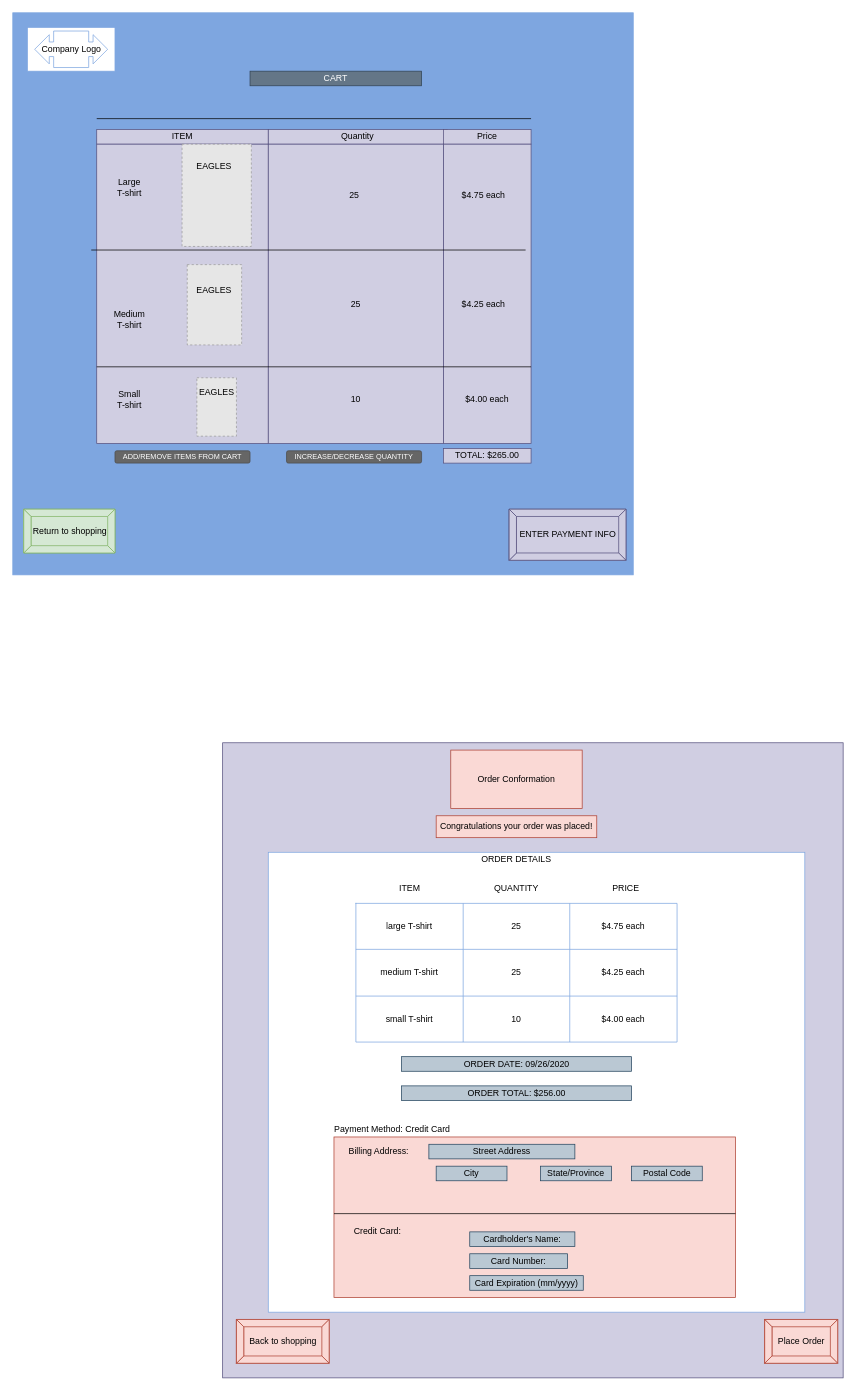
Above: Untitled Diagram.drawio in sstrawmatt2/CS200 (draw.io), before the change. Source tidied: cells renumbered, new cells numbered last; positions are measured from the earlier drawing's top-left corner, leaving out a move shared by most shapes. Both pictures are drawn from the tidied source at 73%, with x=0, y=0 at pixel (12, 12). Pictures stored in the file or linked from it are replaced by grey dashed boxes.
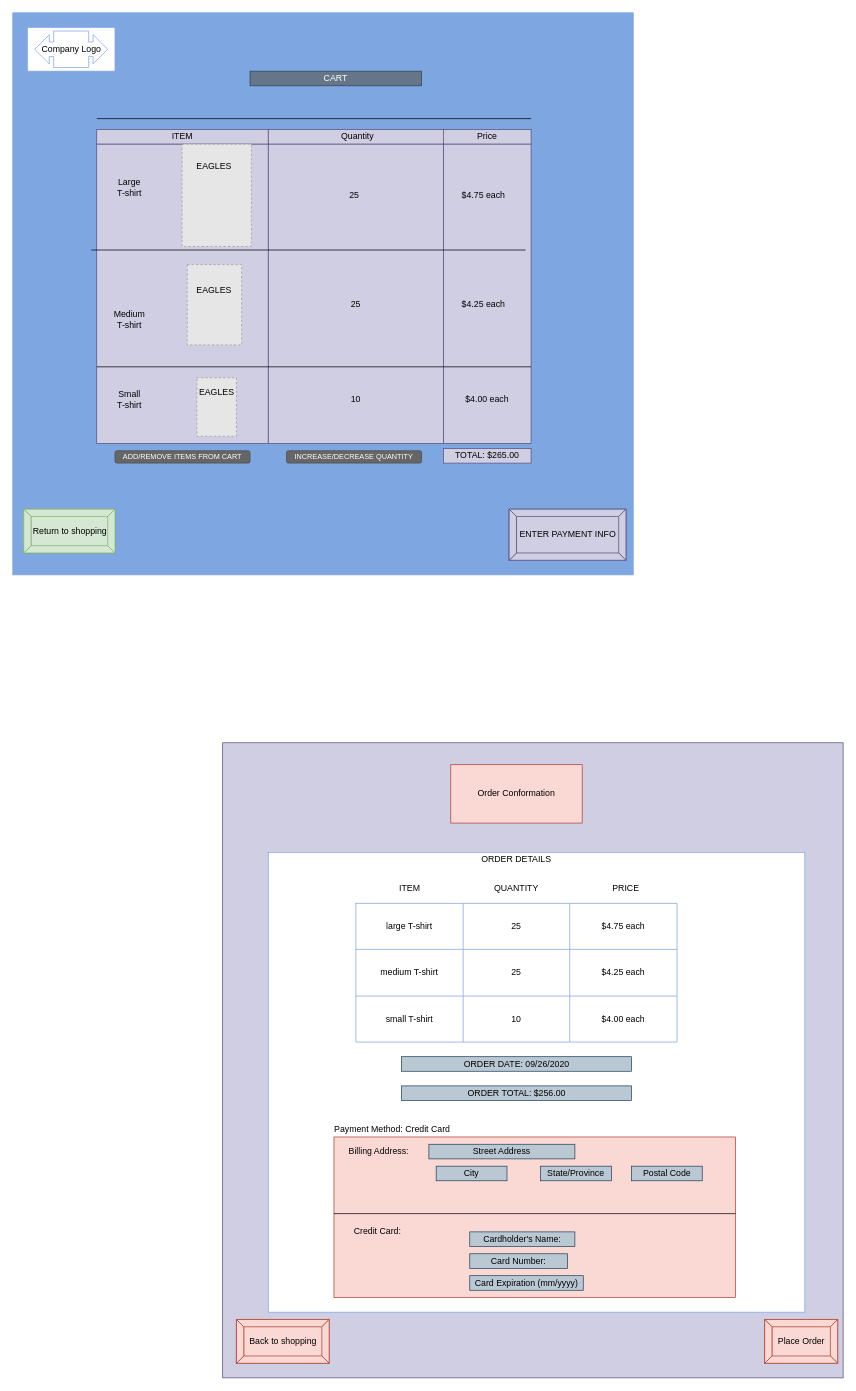
The same diagram, later.

What changed in the source:
```diff
@@
     <mxCell id="28" value="Order Conformation" style="text;html=1;strokeColor=#ae4132;fillColor=#fad9d5;align=center;verticalAlign=middle;whiteSpace=wrap;rounded=0;" parent="1" vertex="1">
-      <mxGeometry x="600" y="1010" width="180" height="80" as="geometry" />
+      <mxGeometry x="600" y="1030" width="180" height="80" as="geometry" />
     </mxCell>
-    <mxCell id="29" value="Congratulations your order was placed!" style="text;html=1;strokeColor=#ae4132;fillColor=#fad9d5;align=center;verticalAlign=middle;whiteSpace=wrap;rounded=0;" parent="1" vertex="1">
-      <mxGeometry x="580" y="1100" width="220" height="30" as="geometry" />
-    </mxCell>
```
